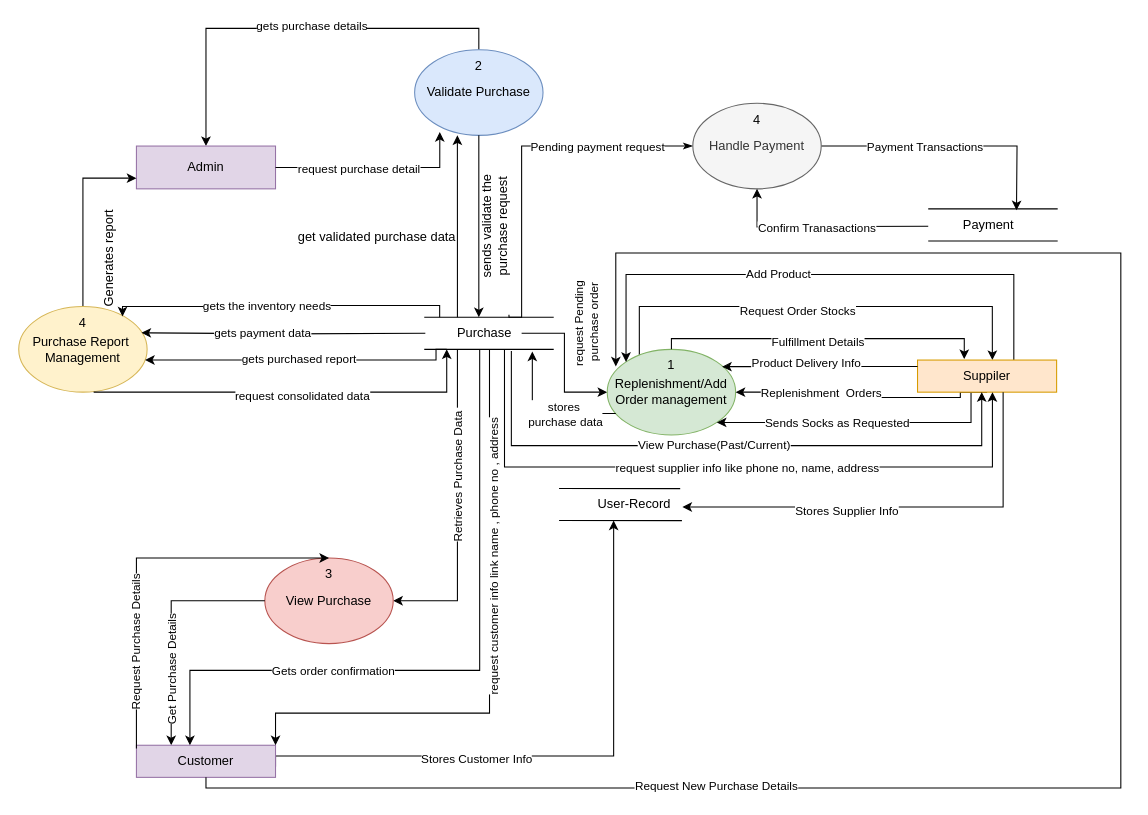
pawal-karki/DRAW.IO keeps this draw.io diagram as Payment level 1.drawio. Above is the earlier version. Source tidied: cells renumbered, new cells numbered last; positions are measured from the earlier drawing's top-left corner, leaving out a move shared by most shapes. Both pictures are drawn from the tidied source at 107%, with x=0, y=0 at pixel (-3, 49).
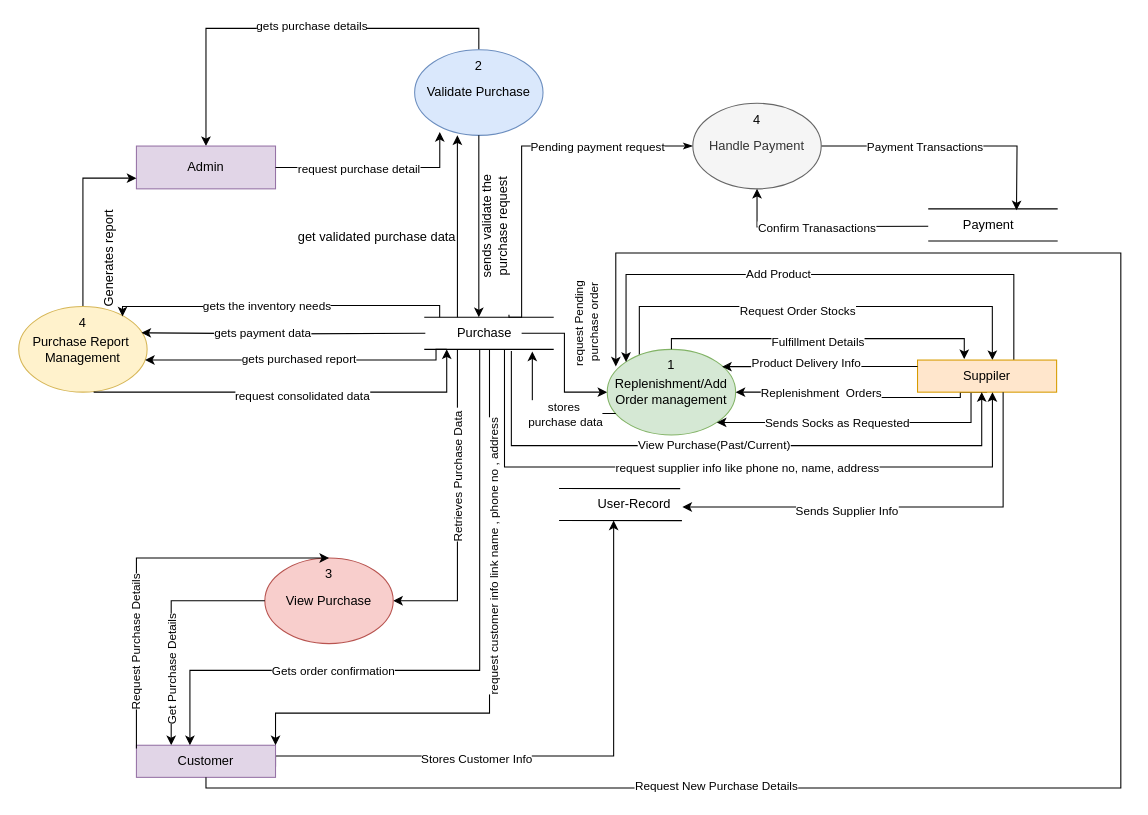
The same diagram, later.

Unchanged cells that the change refers to:
```xml
<mxCell id="57" style="edgeStyle=orthogonalEdgeStyle;rounded=0;jettySize=auto;html=1;entryX=1.003;entryY=0.578;entryDx=0;entryDy=0;entryPerimeter=0;" parent="1" edge="1" source="51" target="54">
  <mxGeometry relative="1" as="geometry">
    <Array as="points">
      <mxPoint x="940" y="427" />
    </Array>
  </mxGeometry>
</mxCell>
```

Diff of the diagram source:
```diff
@@
-    <mxCell id="58" value="Stores Supplier Info" style="edgeLabel;html=1;align=center;verticalAlign=middle;" parent="57" vertex="1">
+    <mxCell id="58" value="Sends Supplier Info" style="edgeLabel;html=1;align=center;verticalAlign=middle;" parent="57" vertex="1">
       <mxGeometry x="0.25" y="3" relative="1" as="geometry" />
     </mxCell>
```
